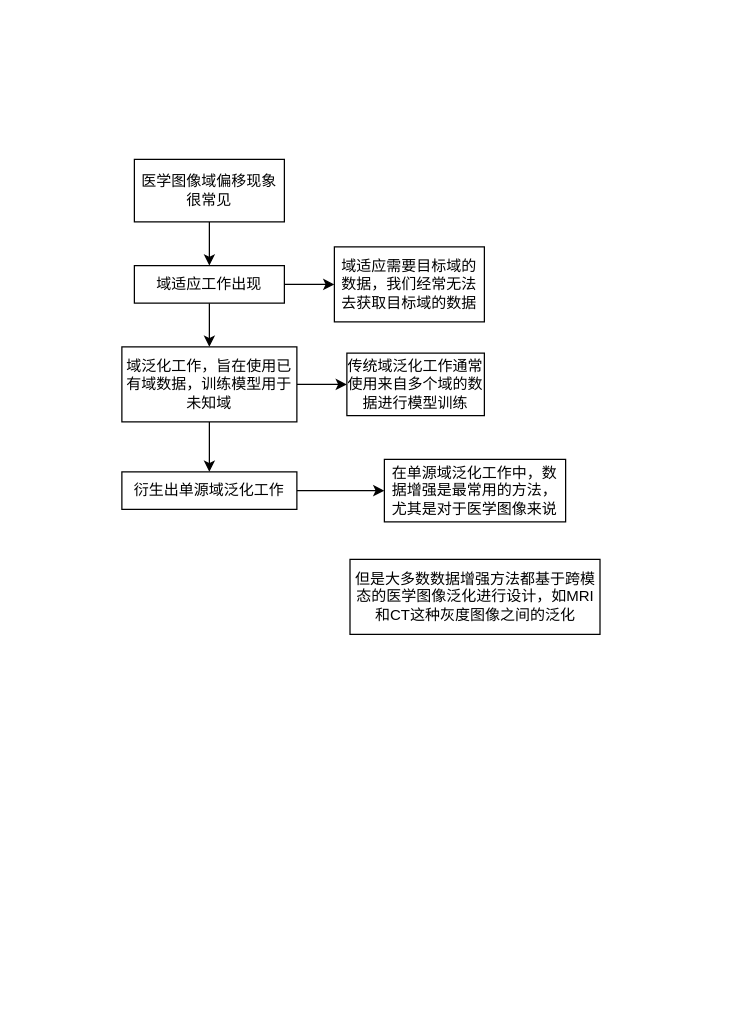
The draw.io diagram dg.drawio in jokerkingdomss/Dive-into-DL-PyTorch, before the edit. Source tidied: cells renumbered, new cells numbered last; positions are measured from the earlier drawing's top-left corner, leaving out a move shared by most shapes. Both pictures are drawn from the tidied source at 125%, with x=0, y=0 at pixel (121, 159).
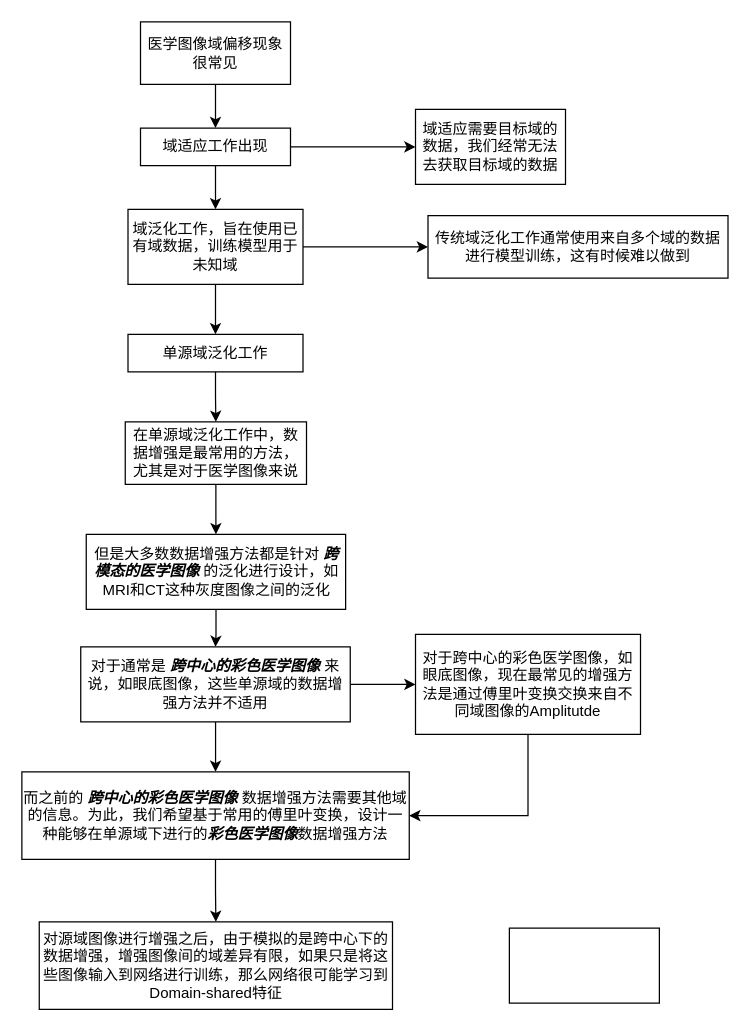
The same diagram, later.

The edit, as a diff of the source:
```diff
@@
     <mxCell id="3" value="医学图像域偏移现象很常见" style="rounded=0;whiteSpace=wrap;html=1;" parent="1" vertex="1">
-      <mxGeometry x="10" width="120" height="50" as="geometry" />
+      <mxGeometry x="14.9" y="-110" width="120" height="50" as="geometry" />
     </mxCell>
@@
     <mxCell id="6" value="域适应工作出现" style="rounded=0;whiteSpace=wrap;html=1;" parent="1" vertex="1">
-      <mxGeometry x="10" y="85" width="120" height="30" as="geometry" />
+      <mxGeometry x="14.9" y="-25" width="120" height="30" as="geometry" />
     </mxCell>
@@
     <mxCell id="9" value="域泛化工作，旨在使用已有域数据，训练模型用于未知域" style="rounded=0;whiteSpace=wrap;html=1;" parent="1" vertex="1">
-      <mxGeometry y="150" width="140" height="60" as="geometry" />
+      <mxGeometry x="4.9" y="40" width="140" height="60" as="geometry" />
     </mxCell>
     <mxCell id="10" value="域适应需要目标域的数据，我们经常无法去获取目标域的数据" style="rounded=0;whiteSpace=wrap;html=1;" parent="1" vertex="1">
-      <mxGeometry x="170" y="70" width="120" height="60" as="geometry" />
+      <mxGeometry x="234.9" y="-40" width="120" height="60" as="geometry" />
     </mxCell>
-    <mxCell id="11" value="传统域泛化工作通常使用来自多个域的数据进行模型训练" style="rounded=0;whiteSpace=wrap;html=1;" parent="1" vertex="1">
-      <mxGeometry x="180" y="155" width="110" height="50" as="geometry" />
+    <mxCell id="11" value="传统域泛化工作通常使用来自多个域的数据进行模型训练，这有时候难以做到" style="rounded=0;whiteSpace=wrap;html=1;" parent="1" vertex="1">
+      <mxGeometry x="244.9" y="45" width="240" height="50" as="geometry" />
     </mxCell>
-    <mxCell id="12" style="edgeStyle=orthogonalEdgeStyle;rounded=0;jettySize=auto;html=1;entryX=0;entryY=0.5;entryDx=0;entryDy=0;" parent="1" edge="1" source="13" target="14">
+    <mxCell id="12" style="edgeStyle=orthogonalEdgeStyle;rounded=0;jettySize=auto;html=1;entryX=0.5;entryY=0;entryDx=0;entryDy=0;" parent="1" edge="1" source="13" target="14">
       <mxGeometry relative="1" as="geometry" />
     </mxCell>
-    <mxCell id="13" value="衍生出单源域泛化工作" style="rounded=0;whiteSpace=wrap;html=1;" parent="1" vertex="1">
-      <mxGeometry y="250" width="140" height="30" as="geometry" />
+    <mxCell id="13" value="单源域泛化工作" style="rounded=0;whiteSpace=wrap;html=1;" parent="1" vertex="1">
+      <mxGeometry x="4.9" y="140" width="140" height="30" as="geometry" />
     </mxCell>
+    <mxCell id="16" style="edgeStyle=orthogonalEdgeStyle;rounded=0;jettySize=auto;html=1;entryX=0.5;entryY=0;entryDx=0;entryDy=0;" parent="1" edge="1" source="14" target="15">
+      <mxGeometry relative="1" as="geometry" />
+    </mxCell>
     <mxCell id="14" value="在单源域泛化工作中，数据增强是最常用的方法，尤其是对于医学图像来说" style="rounded=0;whiteSpace=wrap;html=1;" parent="1" vertex="1">
-      <mxGeometry x="210" y="240" width="145" height="50" as="geometry" />
+      <mxGeometry x="2.7" y="210" width="145" height="50" as="geometry" />
     </mxCell>
+    <mxCell id="17" style="edgeStyle=orthogonalEdgeStyle;rounded=0;jettySize=auto;html=1;" parent="1" edge="1" source="15" target="20">
+      <mxGeometry relative="1" as="geometry" />
+    </mxCell>
-    <mxCell id="15" value="但是大多数数据增强方法都基于跨模态的医学图像泛化进行设计，如MRI和CT这种灰度图像之间的泛化" style="rounded=0;whiteSpace=wrap;html=1;" parent="1" vertex="1">
-      <mxGeometry x="182.5" y="320" width="200" height="60" as="geometry" />
+    <mxCell id="15" value="但是大多数数据增强方法都是针对&amp;nbsp;&lt;i&gt;&lt;b&gt;跨模态的医学图像&amp;nbsp;&lt;/b&gt;&lt;/i&gt;的泛化进行设计，如MRI和CT这种灰度图像之间的泛化" style="rounded=0;whiteSpace=wrap;html=1;" parent="1" vertex="1">
+      <mxGeometry x="-28.5" y="300" width="207.5" height="60" as="geometry" />
     </mxCell>
+    <mxCell id="18" style="edgeStyle=orthogonalEdgeStyle;rounded=0;jettySize=auto;html=1;entryX=0;entryY=0.5;entryDx=0;entryDy=0;" parent="1" edge="1" source="20" target="22">
+      <mxGeometry relative="1" as="geometry" />
+    </mxCell>
+    <mxCell id="19" style="edgeStyle=orthogonalEdgeStyle;rounded=0;jettySize=auto;html=1;entryX=0.5;entryY=0;entryDx=0;entryDy=0;" parent="1" edge="1" source="20" target="24">
+      <mxGeometry relative="1" as="geometry" />
+    </mxCell>
+    <mxCell id="20" value="对于通常是&amp;nbsp;&lt;b&gt;&lt;i&gt;跨中心的彩色医学图像&amp;nbsp;&lt;/i&gt;&lt;/b&gt;来说，如眼底图像，这些单源域的数据增强方法并不适用" style="whiteSpace=wrap;html=1;rounded=0;" parent="1" vertex="1">
+      <mxGeometry x="-32.9" y="390" width="215.6" height="60" as="geometry" />
+    </mxCell>
+    <mxCell id="21" style="edgeStyle=orthogonalEdgeStyle;rounded=0;jettySize=auto;html=1;entryX=1;entryY=0.5;entryDx=0;entryDy=0;" parent="1" edge="1" source="22" target="24">
+      <mxGeometry relative="1" as="geometry">
+        <Array as="points">
+          <mxPoint x="324.9" y="525" />
+        </Array>
+      </mxGeometry>
+    </mxCell>
+    <mxCell id="22" value="对于跨中心的彩色医学图像，如眼底图像，现在最常见的增强方法是通过傅里叶变换交换来自不同域图像的Amplitutde" style="rounded=0;whiteSpace=wrap;html=1;" parent="1" vertex="1">
+      <mxGeometry x="234.9" y="380" width="180" height="80" as="geometry" />
+    </mxCell>
+    <mxCell id="23" style="edgeStyle=orthogonalEdgeStyle;rounded=0;jettySize=auto;html=1;" parent="1" edge="1" source="24" target="25">
+      <mxGeometry relative="1" as="geometry" />
+    </mxCell>
+    <mxCell id="24" value="而之前的&amp;nbsp;&lt;b&gt;&lt;i&gt;跨中心的彩色医学图像&amp;nbsp;&lt;/i&gt;&lt;/b&gt;数据增强方法需要其他域的信息。为此，我们希望基于常用的傅里叶变换，设计一种能够在单源域下进行的&lt;b style=&quot;font-style: italic;&quot;&gt;彩色医学图像&lt;/b&gt;数据增强方法" style="rounded=0;whiteSpace=wrap;html=1;" parent="1" vertex="1">
+      <mxGeometry x="-80" y="490" width="309.9" height="70" as="geometry" />
+    </mxCell>
+    <mxCell id="25" value="对源域图像进行增强之后，由于模拟的是跨中心下的数据增强，增强图像间的域差异有限，如果只是将这些图像输入到网络进行训练，那么网络很可能学习到Domain-shared特征" style="rounded=0;whiteSpace=wrap;html=1;" parent="1" vertex="1">
+      <mxGeometry x="-66.1" y="610" width="282.6" height="70" as="geometry" />
+    </mxCell>
+    <mxCell id="26" style="rounded=0;whiteSpace=wrap;html=1;" parent="1" vertex="1">
+      <mxGeometry x="310" y="615" width="120" height="60" as="geometry" />
+    </mxCell>
```
